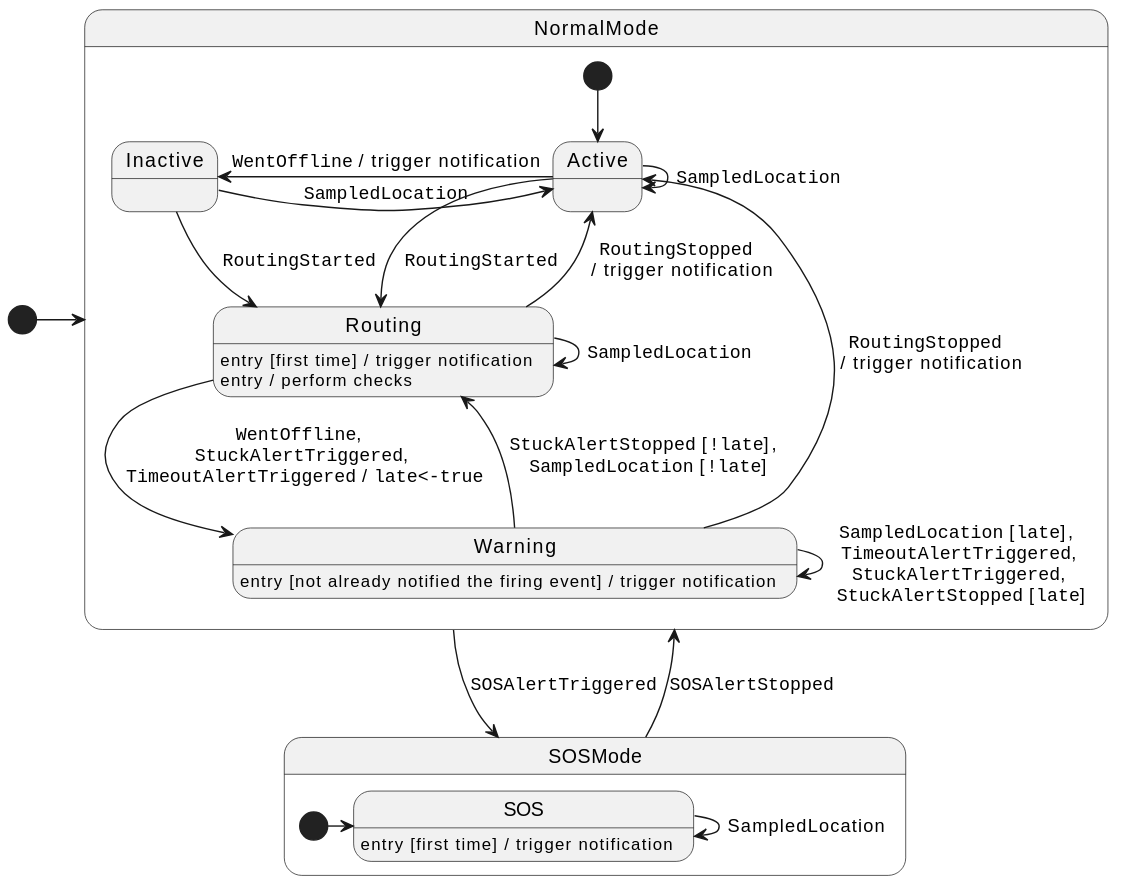
Before: res/userstate-behavior-light.svg, a diagram exported from PlantUML (position-pal/position-pal.github.io).
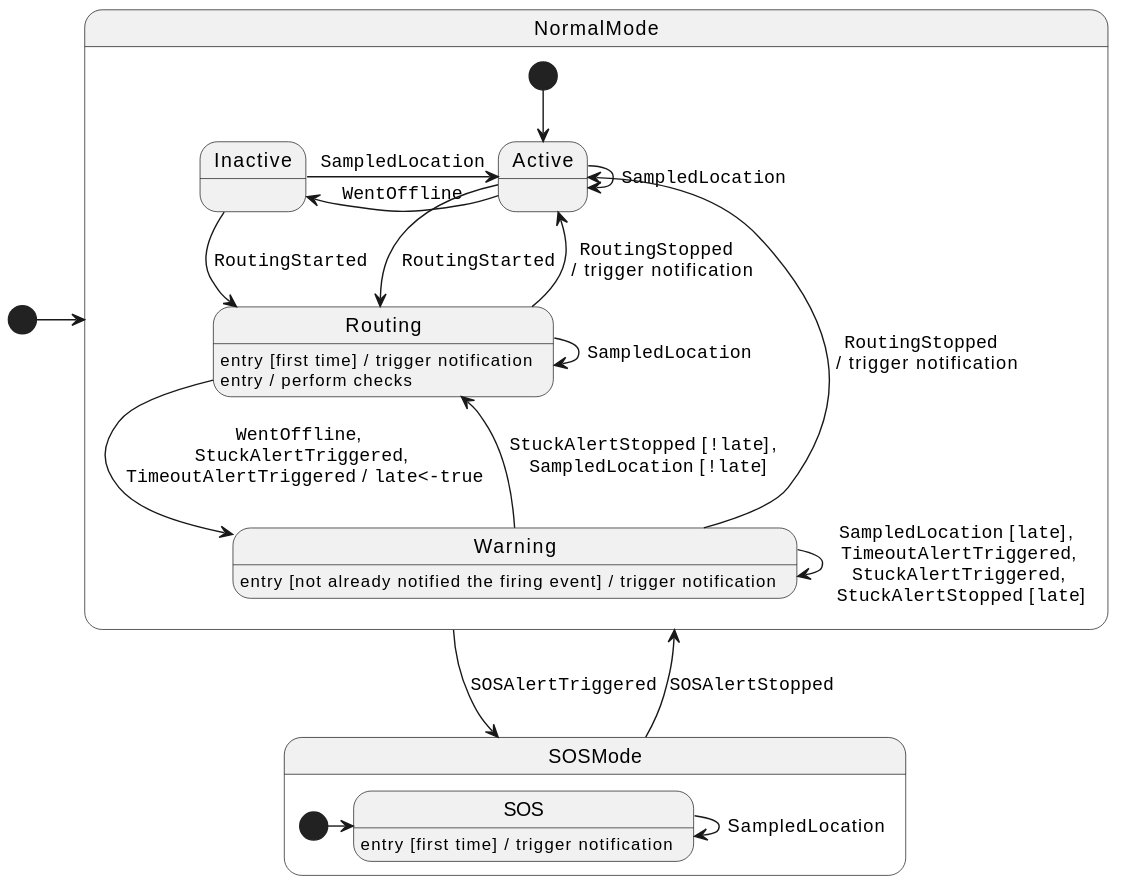
Later version of the same file.

Change to the diagram source:
```diff
@@ -5,7 +5,7 @@
     [*] --> Active
     Active --> Active : ""SampledLocation""
 
-    Active -left-> Inactive : ""WentOffline"" / trigger notification
+    Active -left-> Inactive : ""WentOffline""
     Inactive -right-> Active : ""SampledLocation""
 
     Routing : entry [first time] / trigger notification
```
